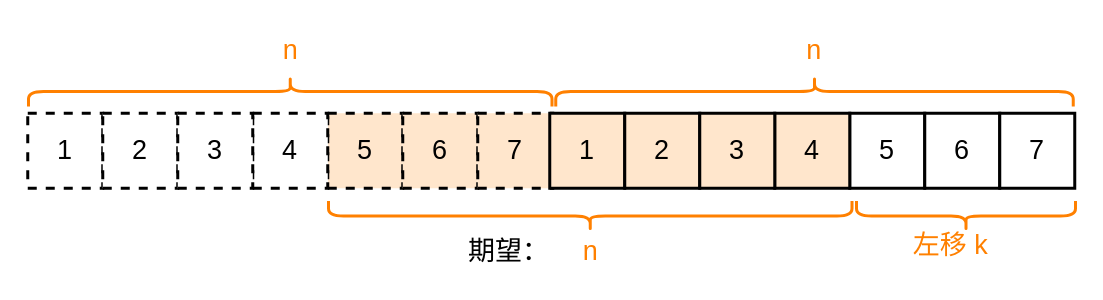
Before: LC189+1.drawio in SHERlocked93/graph, a draw.io diagram. Source tidied: cells renumbered, new cells numbered last; positions are measured from the earlier drawing's top-left corner, leaving out a move shared by most shapes. Both pictures are drawn from the tidied source at 150%, with x=0, y=0 at pixel (27, -171).
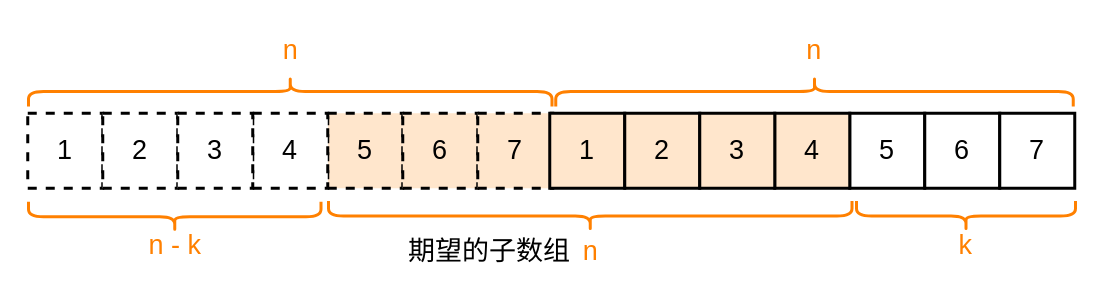
After the change.

Diff of the diagram source:
```diff
@@
-    <mxCell id="13" value="期望：" style="text;html=1;strokeColor=none;fillColor=none;align=center;verticalAlign=middle;whiteSpace=wrap;rounded=0;labelBackgroundColor=none;fontSize=18;" parent="1" vertex="1">
-      <mxGeometry x="272" y="265" width="98" height="32" as="geometry" />
+    <mxCell id="13" value="期望的子数组" style="text;html=1;strokeColor=none;fillColor=none;align=center;verticalAlign=middle;whiteSpace=wrap;rounded=0;labelBackgroundColor=none;fontSize=18;" parent="1" vertex="1">
+      <mxGeometry x="250" y="265" width="116" height="32" as="geometry" />
     </mxCell>
@@
-    <mxCell id="17" value="左移 k" style="text;html=1;strokeColor=none;fillColor=none;align=center;verticalAlign=middle;whiteSpace=wrap;rounded=0;labelBackgroundColor=none;fontSize=18;fontColor=#FF8000;" parent="1" vertex="1">
-      <mxGeometry x="578" y="261" width="75" height="32" as="geometry" />
+    <mxCell id="17" value="k" style="text;html=1;strokeColor=none;fillColor=none;align=center;verticalAlign=middle;whiteSpace=wrap;rounded=0;labelBackgroundColor=none;fontSize=18;fontColor=#FF8000;" parent="1" vertex="1">
+      <mxGeometry x="588" y="261" width="75" height="32" as="geometry" />
     </mxCell>
@@
+    <mxCell id="25" style="shape=curlyBracket;whiteSpace=wrap;html=1;rounded=1;labelBackgroundColor=none;fillColor=#FFE6CC;fontSize=18;strokeWidth=2;rotation=90;strokeColor=#FF8000;direction=west;" parent="1" vertex="1">
+      <mxGeometry x="88" y="160.5" width="20" height="195" as="geometry" />
+    </mxCell>
+    <mxCell id="26" value="n - k" style="text;html=1;strokeColor=none;fillColor=none;align=center;verticalAlign=middle;whiteSpace=wrap;rounded=0;labelBackgroundColor=none;fontSize=18;fontColor=#FF8000;" parent="1" vertex="1">
+      <mxGeometry x="60.5" y="261" width="75" height="32" as="geometry" />
+    </mxCell>
```
